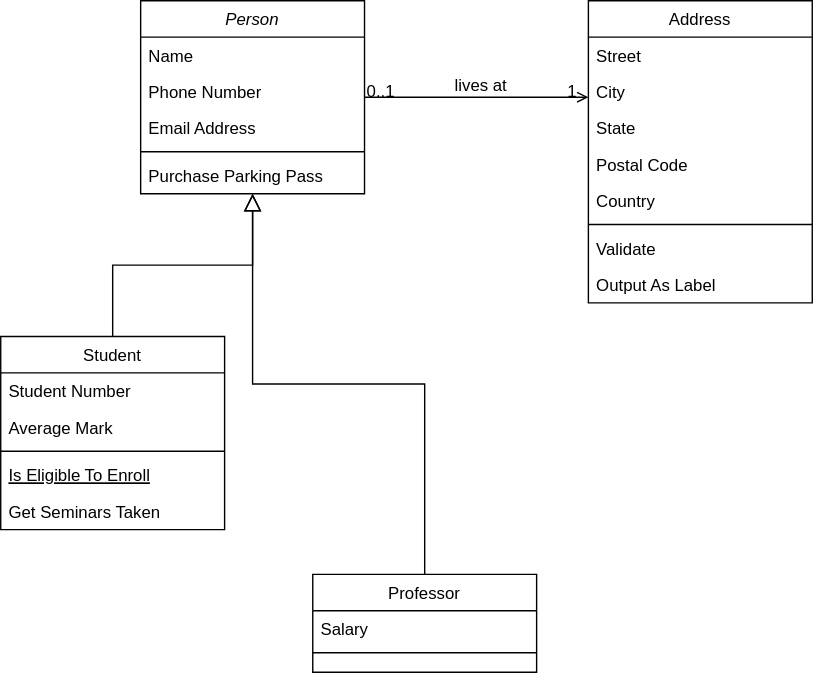
myziny/test-repository keeps this draw.io diagram as Untitled Diagram.drawio.svg. Above is the earlier version. Source tidied: cells renumbered, new cells last; positions are measured from the earlier drawing's top-left corner, leaving out a move shared by most shapes.
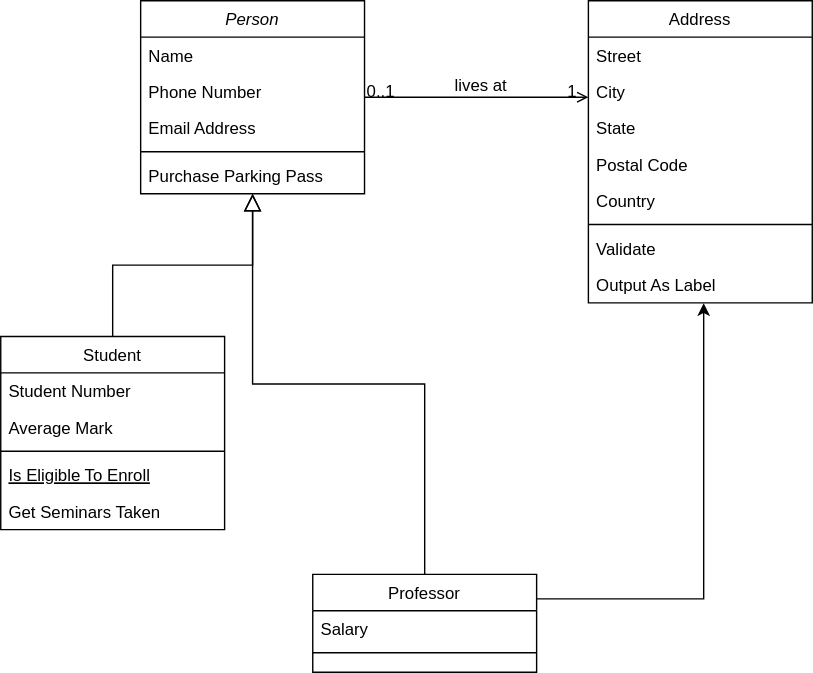
The same diagram one commit later.

Diff of the diagram source:
```diff
@@ -46,6 +46,9 @@
         </Array>
       </mxGeometry>
     </mxCell>
+    <mxCell id="32" style="edgeStyle=orthogonalEdgeStyle;rounded=0;jettySize=auto;html=1;exitX=1;exitY=0.25;exitDx=0;exitDy=0;entryX=0.515;entryY=1.008;entryDx=0;entryDy=0;entryPerimeter=0;" parent="1" edge="1" source="15" target="27">
+      <mxGeometry relative="1" as="geometry" />
+    </mxCell>
     <mxCell id="15" value="Professor" style="swimlane;fontStyle=0;align=center;verticalAlign=top;horizontal=1;startSize=26;swimlaneFillColor=#ffffff;rounded=0;shadow=0;strokeWidth=1;" parent="1" vertex="1">
       <mxGeometry x="223" y="410" width="160" height="70" as="geometry" />
     </mxCell>
```
